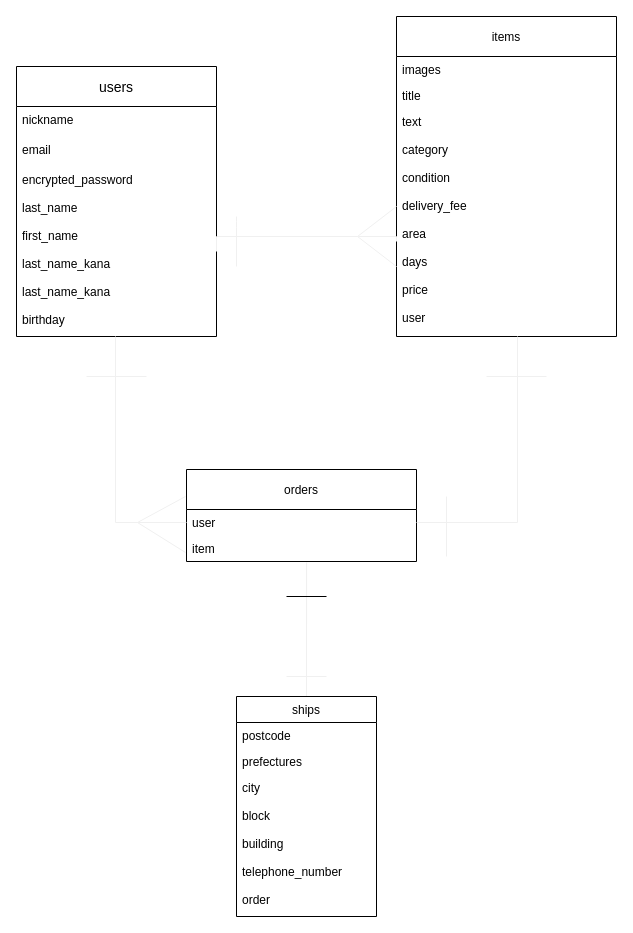
The draw.io diagram furima.dio in tnkmr08/furima-36585, before the edit. Source tidied: cells renumbered, new cells numbered last; positions are measured from the earlier drawing's top-left corner, leaving out a move shared by most shapes. Both pictures are drawn from the tidied source at 100%, with x=0, y=0 at pixel (16, 16).
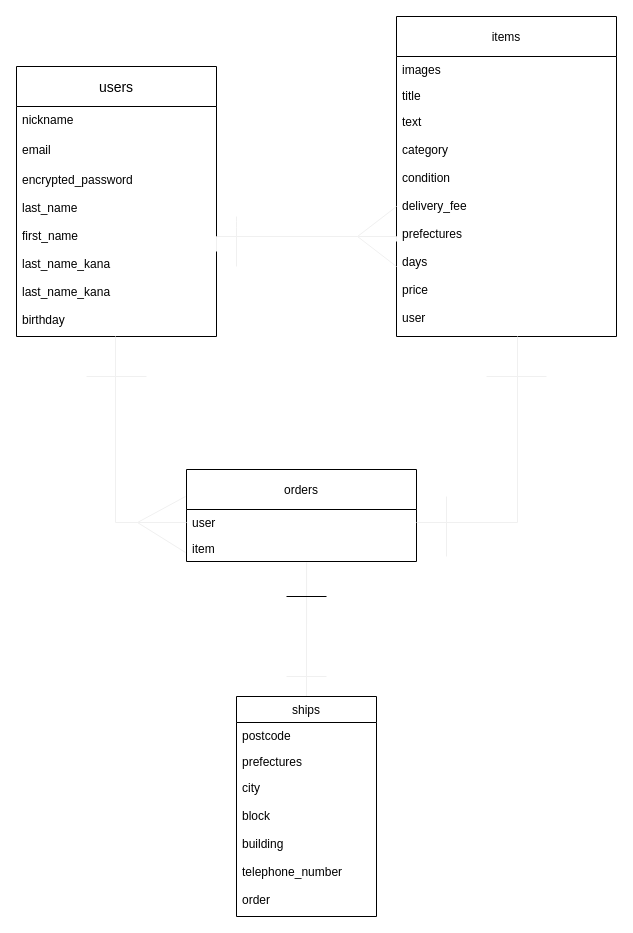
Above is the later version.

Unchanged cells that the change refers to:
```xml
<mxCell id="6" value="items" style="swimlane;fontStyle=0;horizontal=1;startSize=40;" parent="1" vertex="1">
  <mxGeometry x="380" width="220" height="320" as="geometry" />
</mxCell>
```

Diff of the diagram source:
```diff
@@
-    <mxCell id="9" value="text&#10;&#10;category&#10;&#10;condition&#10;&#10;delivery_fee&#10;&#10;area&#10;&#10;days&#10;&#10;price&#10;&#10;user" style="text;strokeColor=none;fillColor=none;align=left;verticalAlign=top;spacingLeft=4;spacingRight=4;overflow=hidden;points=[[0,0.5],[1,0.5]];portConstraint=eastwest;" parent="6" vertex="1">
+    <mxCell id="9" value="text&#10;&#10;category&#10;&#10;condition&#10;&#10;delivery_fee&#10;&#10;prefectures&#10;&#10;days&#10;&#10;price&#10;&#10;user" style="text;strokeColor=none;fillColor=none;align=left;verticalAlign=top;spacingLeft=4;spacingRight=4;overflow=hidden;points=[[0,0.5],[1,0.5]];portConstraint=eastwest;" parent="6" vertex="1">
       <mxGeometry y="92" width="220" height="228" as="geometry" />
     </mxCell>
```
